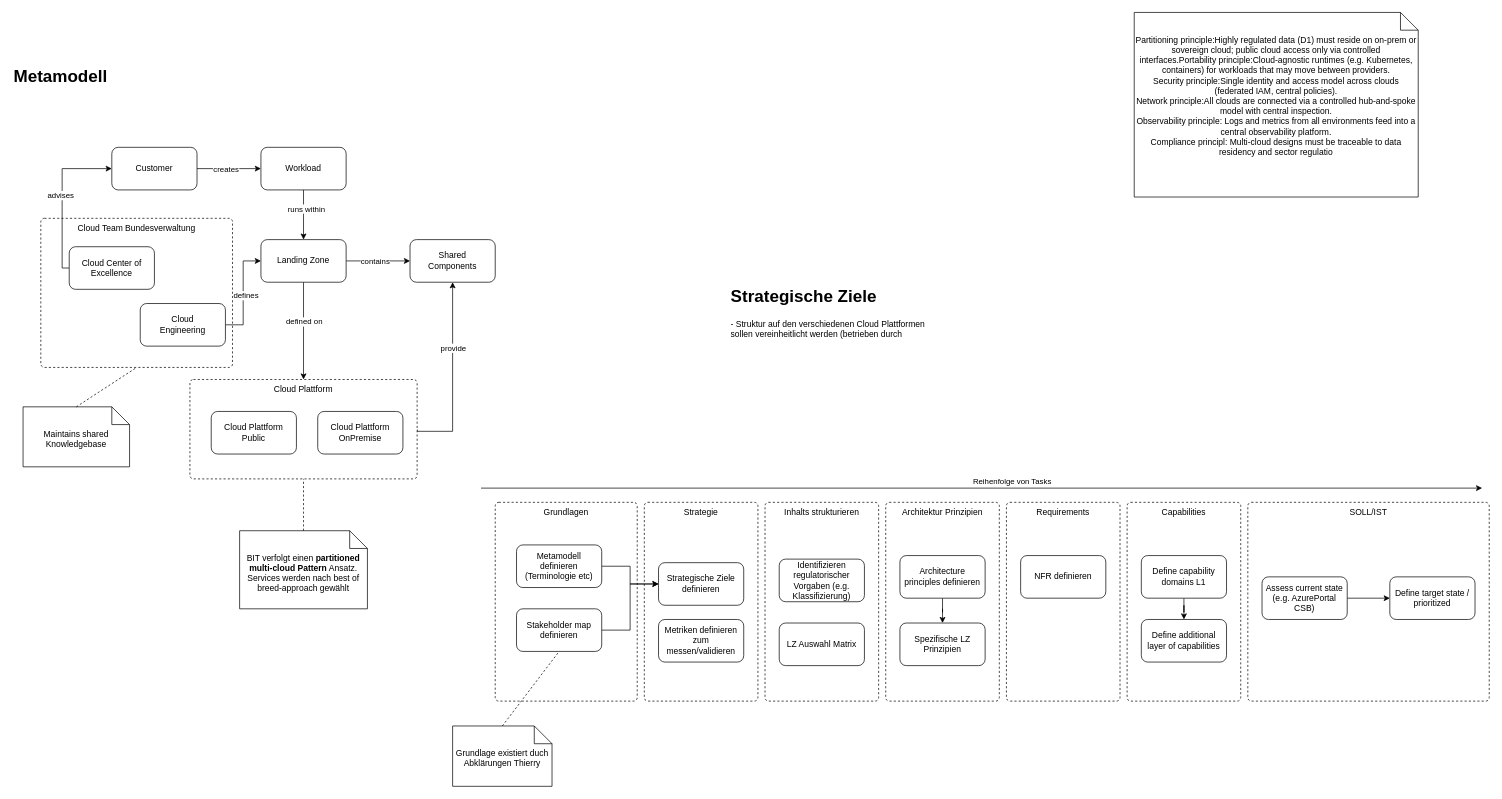
frithjofhoppe/aitw-report keeps this draw.io diagram as graphics/ip6-ideation.drawio. Above is the earlier version. Source tidied: cells renumbered, new cells numbered last; positions are measured from the earlier drawing's top-left corner, leaving out a move shared by most shapes. Both pictures are drawn from the tidied source at 71%, with x=0, y=0 at pixel (12, 12).
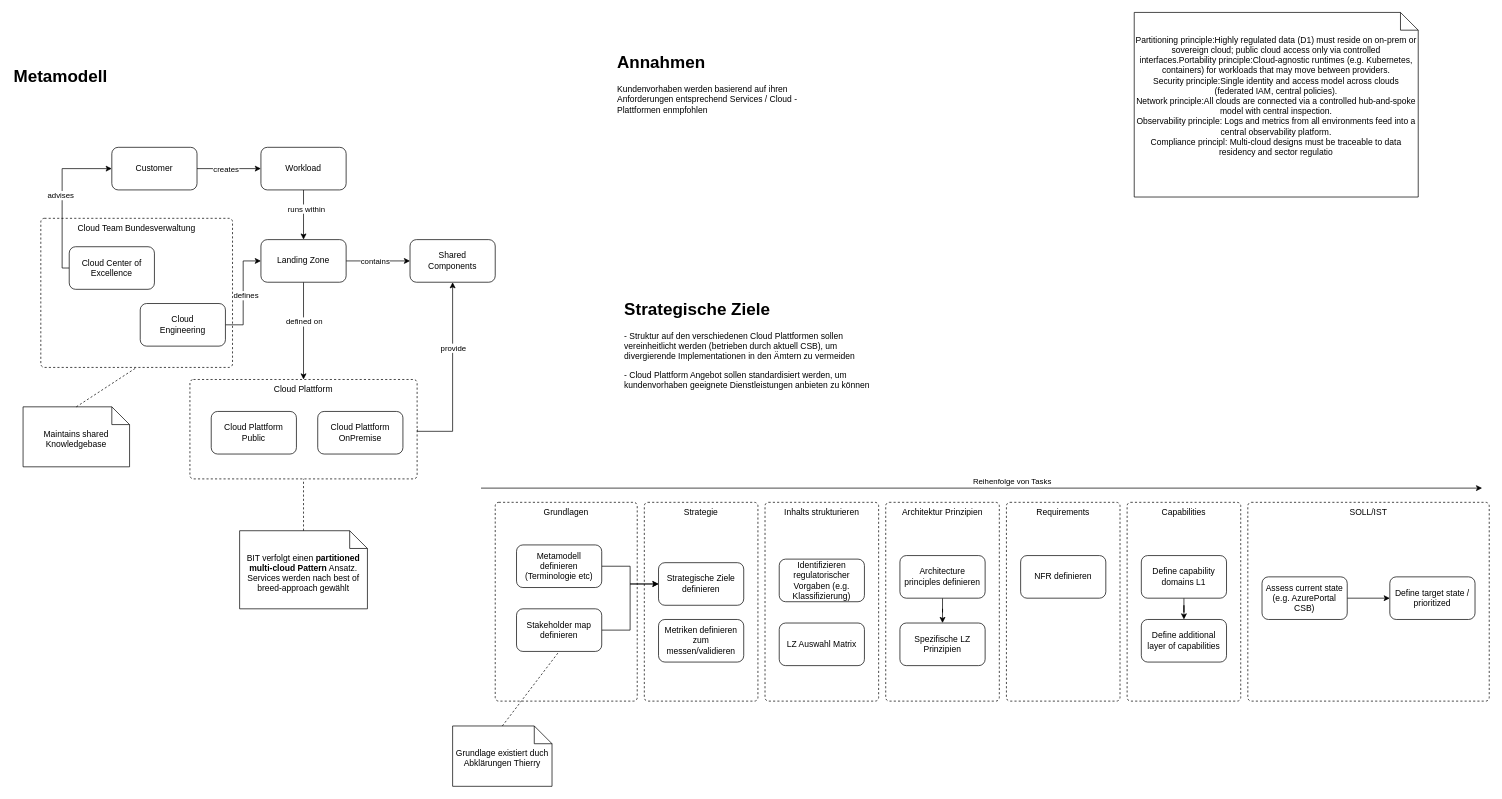
After the change.

Commit message:
chore: Add assumptions, define strategic goals

What changed in the source:
```diff
@@
-    <mxCell id="50" value="&lt;h1 style=&quot;margin-top: 0px;&quot;&gt;Strategische Ziele&lt;/h1&gt;&lt;p&gt;- Struktur auf den verschiedenen Cloud Plattformen sollen vereinheitlicht werden (betrieben durch&amp;nbsp;&lt;/p&gt;" style="text;html=1;whiteSpace=wrap;overflow=hidden;rounded=0;" parent="1" vertex="1">
-      <mxGeometry x="1010" y="380" width="280" height="120" as="geometry" />
+    <mxCell id="50" value="&lt;h1 style=&quot;margin-top: 0px;&quot;&gt;Strategische Ziele&lt;/h1&gt;&lt;p&gt;- Struktur auf den verschiedenen Cloud Plattformen sollen vereinheitlicht werden (betrieben durch aktuell CSB), um divergierende Implementationen in den Ämtern zu vermeiden&lt;/p&gt;&lt;p&gt;- Cloud Plattform Angebot sollen standardisiert werden, um kundenvorhaben geeignete Dienstleistungen anbieten zu können&lt;/p&gt;&lt;p&gt;&lt;br&gt;&lt;/p&gt;" style="text;html=1;whiteSpace=wrap;overflow=hidden;rounded=0;" parent="1" vertex="1">
+      <mxGeometry x="860" y="397" width="370" height="143" as="geometry" />
     </mxCell>
@@
+    <mxCell id="62" value="&lt;h1 style=&quot;margin-top: 0px;&quot;&gt;Annahmen&lt;/h1&gt;&lt;p&gt;Kundenvorhaben werden basierend auf ihren Anforderungen entsprechend Services / Cloud -Plattformen enmpfohlen&lt;/p&gt;" style="text;html=1;whiteSpace=wrap;overflow=hidden;rounded=0;" parent="1" vertex="1">
+      <mxGeometry x="850" y="50" width="260" height="130" as="geometry" />
+    </mxCell>
```
